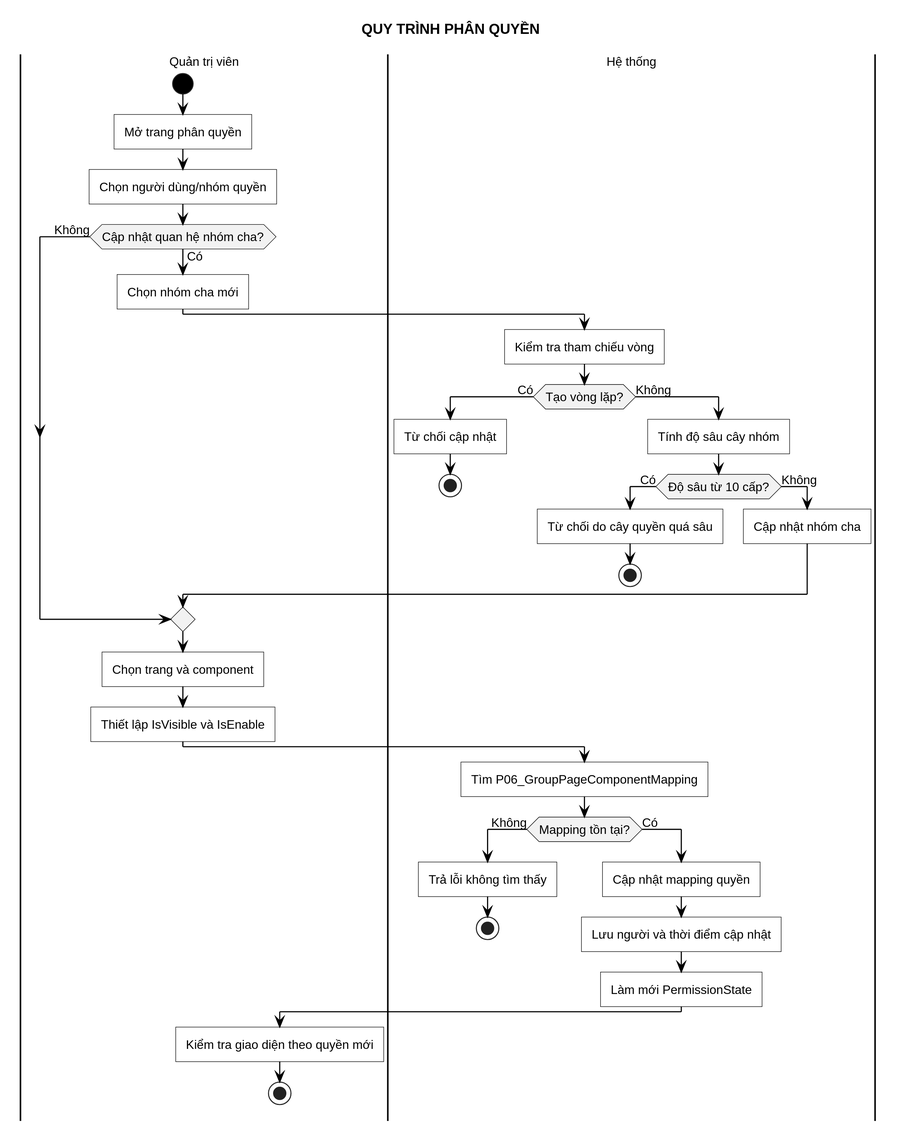
Above: LVTN/diagrams/ch03/activity-manage-permissions.svg in Miikey24s/gtas_vpp (PlantUML), before the change. Source of this version:
```plantuml
@startuml
!include ../common/activity-style.puml
title QUY TRÌNH PHÂN QUYỀN

|Quản trị viên|
start
:Mở trang phân quyền;
:Chọn người dùng/nhóm quyền;
if (Cập nhật quan hệ nhóm cha?) then (Có)
  :Chọn nhóm cha mới;
  |Hệ thống|
  :Kiểm tra tham chiếu vòng;
  if (Tạo vòng lặp?) then (Có)
    :Từ chối cập nhật;
    stop
  else (Không)
    :Tính độ sâu cây nhóm;
    if (Độ sâu từ 10 cấp?) then (Có)
      :Từ chối do cây quyền quá sâu;
      stop
    else (Không)
      :Cập nhật nhóm cha;
    endif
  endif
else (Không)
endif
|Quản trị viên|
:Chọn trang và component;
:Thiết lập IsVisible và IsEnable;
|Hệ thống|
:Tìm P06_GroupPageComponentMapping;
if (Mapping tồn tại?) then (Không)
  :Trả lỗi không tìm thấy;
  stop
else (Có)
  :Cập nhật mapping quyền;
  :Lưu người và thời điểm cập nhật;
  :Làm mới PermissionState;
  |Quản trị viên|
  :Kiểm tra giao diện theo quyền mới;
  stop
endif
@enduml
```
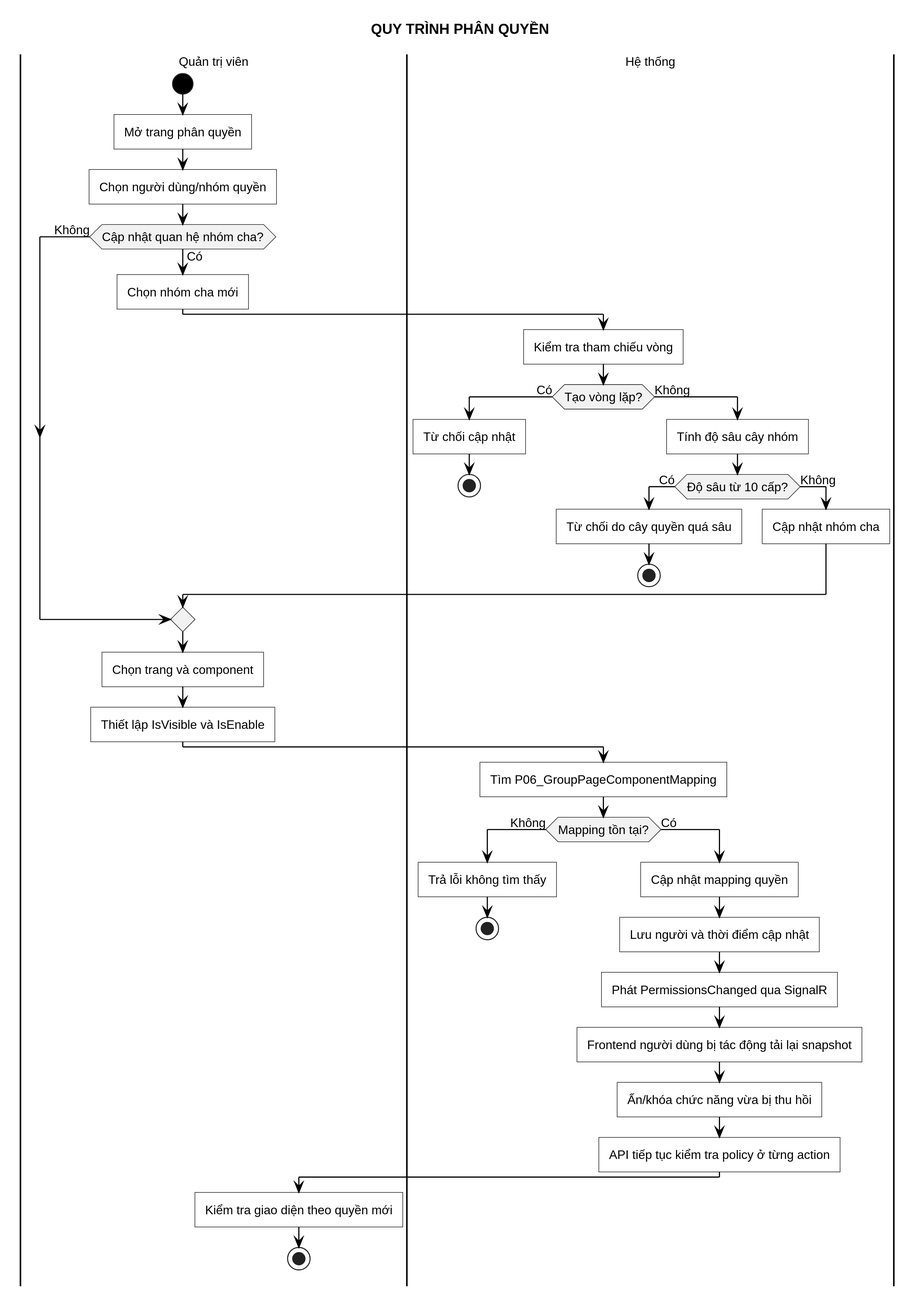
The same file after the commit.

Diff of the diagram source:
```diff
@@ -35,7 +35,10 @@
 else (Có)
   :Cập nhật mapping quyền;
   :Lưu người và thời điểm cập nhật;
-  :Làm mới PermissionState;
+  :Phát PermissionsChanged qua SignalR;
+  :Frontend người dùng bị tác động tải lại snapshot;
+  :Ẩn/khóa chức năng vừa bị thu hồi;
+  :API tiếp tục kiểm tra policy ở từng action;
   |Quản trị viên|
   :Kiểm tra giao diện theo quyền mới;
   stop
```
